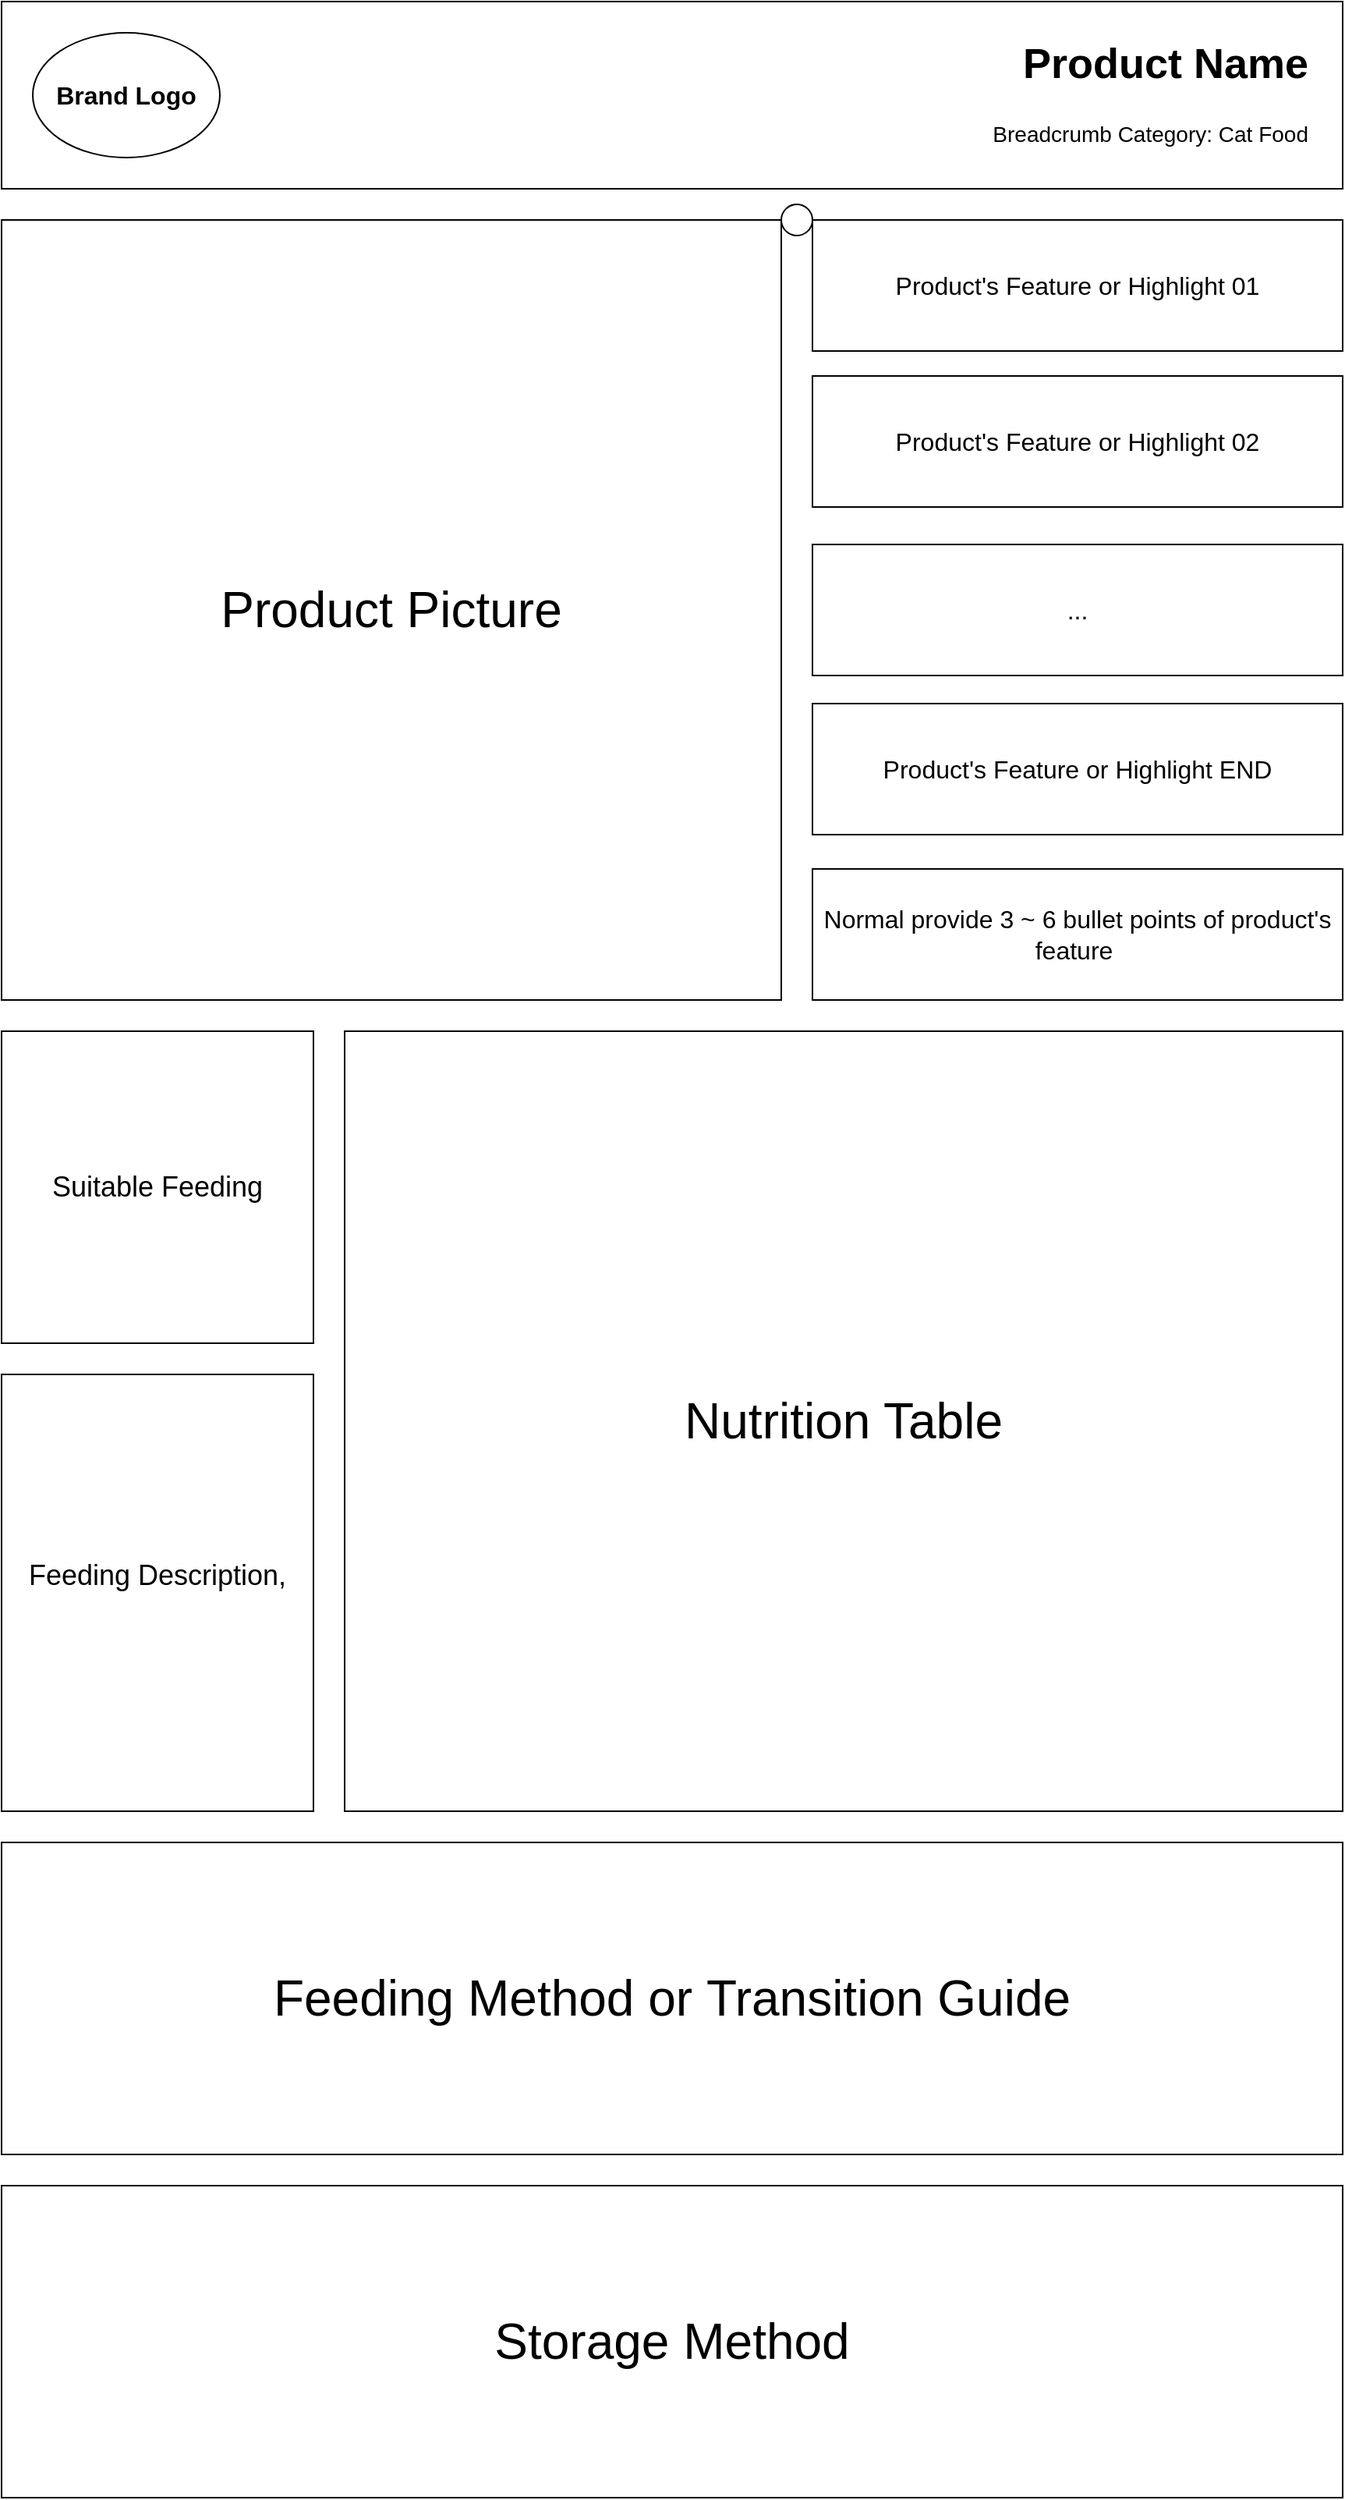
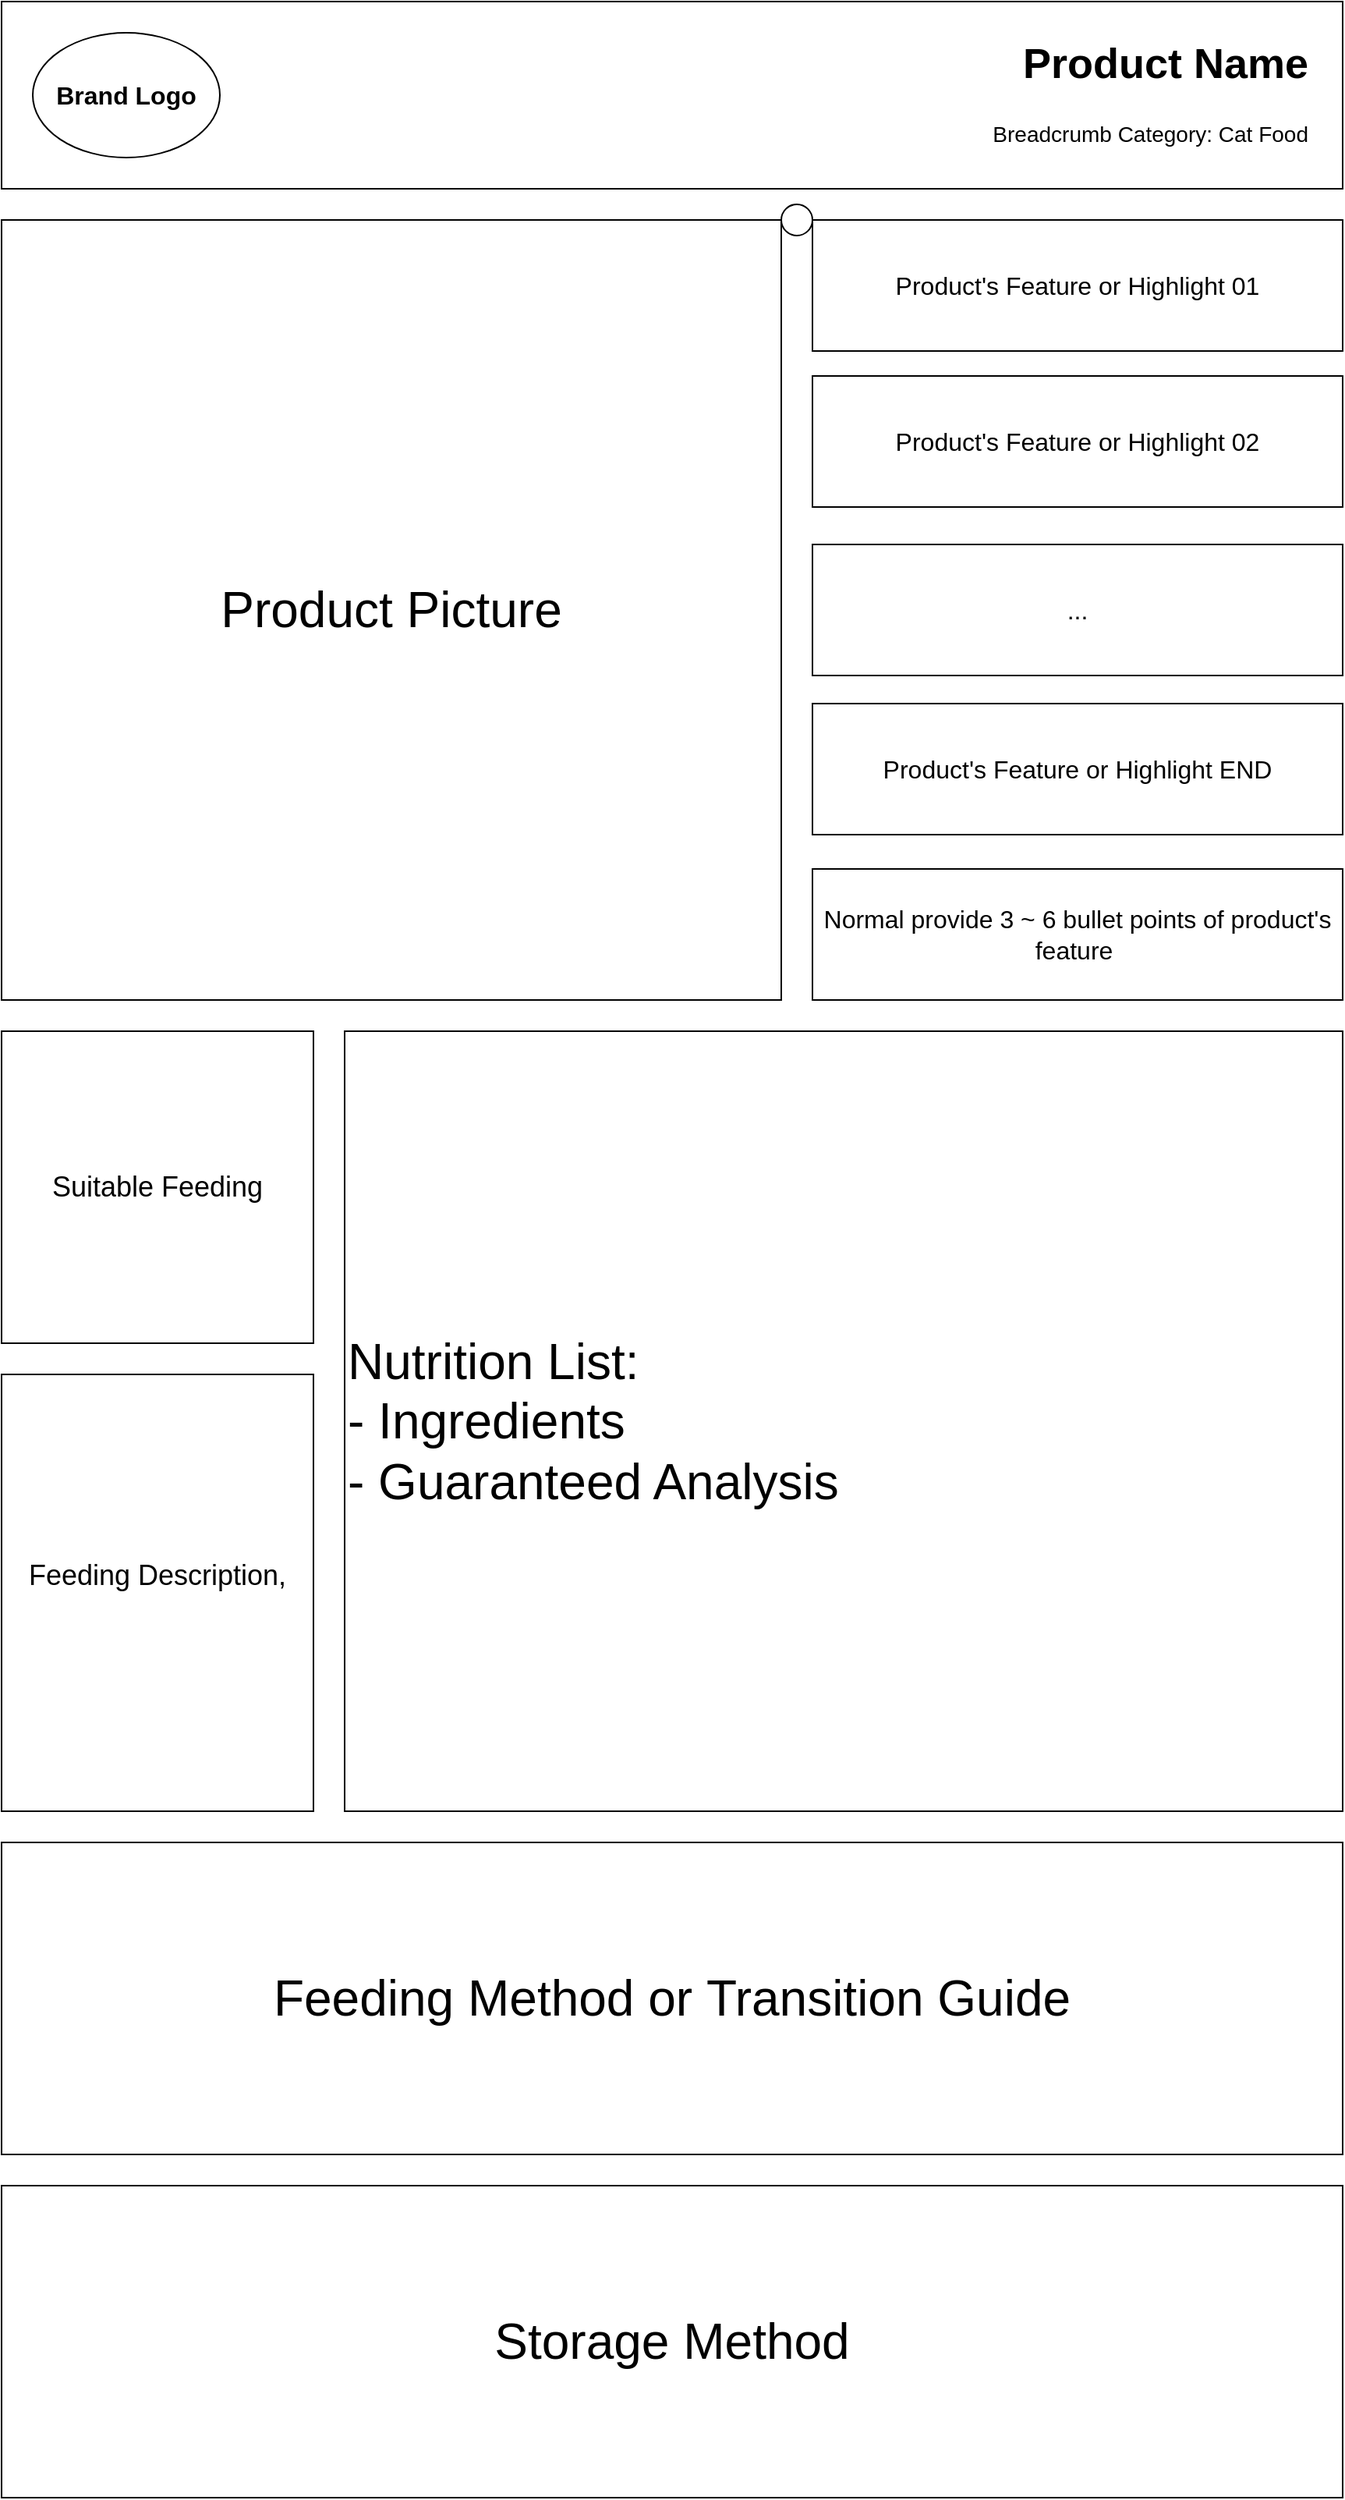
<mxfile host="app.diagrams.net">
  <diagram name="第 1 页" id="6v3gUOCL-g5ZajP_O9Xm">
-     <mxGraphModel dx="1703" dy="970" grid="1" gridSize="10" guides="1" tooltips="1" connect="1" arrows="1" fold="1" page="1" pageScale="1" pageWidth="900" pageHeight="1600" math="0" shadow="0">
+     <mxGraphModel dx="2920" dy="1663" grid="1" gridSize="10" guides="1" tooltips="1" connect="1" arrows="1" fold="1" page="1" pageScale="1" pageWidth="900" pageHeight="1600" math="0" shadow="0">
      <root>
        <mxCell id="0" />
        <mxCell id="1" parent="0" />
        <mxCell id="q-GymMJPH4nKwmtc7UX0-1" parent="1" style="rounded=0;whiteSpace=wrap;html=1;" value="&lt;font style=&quot;font-size: 32px;&quot;&gt;Product Picture&lt;/font&gt;" vertex="1">
          <mxGeometry height="500" width="500" x="20" y="160" as="geometry" />
        </mxCell>
        <mxCell id="q-GymMJPH4nKwmtc7UX0-2" parent="1" style="rounded=0;whiteSpace=wrap;html=1;" value="&lt;font style=&quot;font-size: 16px;&quot;&gt;Product&#39;s Feature or Highlight 01&lt;/font&gt;" vertex="1">
          <mxGeometry height="84" width="340" x="540" y="160" as="geometry" />
        </mxCell>
        <mxCell id="q-GymMJPH4nKwmtc7UX0-3" parent="1" style="rounded=0;whiteSpace=wrap;html=1;" value="" vertex="1">
          <mxGeometry height="120" width="860" x="20" y="20" as="geometry" />
        </mxCell>
        <mxCell id="q-GymMJPH4nKwmtc7UX0-4" parent="1" style="ellipse;whiteSpace=wrap;html=1;" value="&lt;b&gt;&lt;font style=&quot;font-size: 16px;&quot;&gt;Brand Logo&lt;/font&gt;&lt;/b&gt;" vertex="1">
          <mxGeometry height="80" width="120" x="40" y="40" as="geometry" />
        </mxCell>
        <mxCell id="q-GymMJPH4nKwmtc7UX0-5" parent="1" style="text;html=1;whiteSpace=wrap;strokeColor=none;fillColor=none;align=right;verticalAlign=middle;rounded=0;" value="&lt;font style=&quot;font-size: 27px;&quot;&gt;&lt;b style=&quot;&quot;&gt;Product Name&lt;/b&gt;&lt;/font&gt;" vertex="1">
          <mxGeometry height="40" width="190" x="670" y="40" as="geometry" />
        </mxCell>
        <mxCell id="q-GymMJPH4nKwmtc7UX0-6" parent="1" style="text;html=1;whiteSpace=wrap;strokeColor=none;fillColor=none;align=right;verticalAlign=middle;rounded=0;" value="&lt;font style=&quot;font-size: 14px;&quot;&gt;Breadcrumb Category: Cat Food&lt;/font&gt;" vertex="1">
          <mxGeometry height="30" width="210" x="650" y="90" as="geometry" />
        </mxCell>
        <mxCell id="q-GymMJPH4nKwmtc7UX0-7" parent="1" style="rounded=0;whiteSpace=wrap;html=1;" value="&lt;font style=&quot;font-size: 16px;&quot;&gt;Normal provide 3 ~ 6 bullet points of product&#39;s feature&amp;nbsp;&lt;/font&gt;" vertex="1">
          <mxGeometry height="84" width="340" x="540" y="576" as="geometry" />
        </mxCell>
        <mxCell id="q-GymMJPH4nKwmtc7UX0-8" parent="1" style="rounded=0;whiteSpace=wrap;html=1;" value="&lt;span style=&quot;font-size: 16px;&quot;&gt;...&lt;/span&gt;" vertex="1">
          <mxGeometry height="84" width="340" x="540" y="368" as="geometry" />
        </mxCell>
        <mxCell id="q-GymMJPH4nKwmtc7UX0-9" parent="1" style="ellipse;whiteSpace=wrap;html=1;aspect=fixed;" value="" vertex="1">
          <mxGeometry height="20" width="20" x="520" y="150" as="geometry" />
        </mxCell>
        <mxCell id="q-GymMJPH4nKwmtc7UX0-11" parent="1" style="rounded=0;whiteSpace=wrap;html=1;" value="&lt;font style=&quot;font-size: 16px;&quot;&gt;Product&#39;s Feature or Highlight 02&lt;/font&gt;" vertex="1">
          <mxGeometry height="84" width="340" x="540" y="260" as="geometry" />
        </mxCell>
        <mxCell id="q-GymMJPH4nKwmtc7UX0-12" parent="1" style="rounded=0;whiteSpace=wrap;html=1;" value="&lt;font style=&quot;font-size: 16px;&quot;&gt;Product&#39;s Feature or Highlight END&lt;/font&gt;" vertex="1">
          <mxGeometry height="84" width="340" x="540" y="470" as="geometry" />
        </mxCell>
-         <mxCell id="q-GymMJPH4nKwmtc7UX0-13" parent="1" style="rounded=0;whiteSpace=wrap;html=1;" value="&lt;font style=&quot;font-size: 32px;&quot;&gt;Nutrition Table&lt;/font&gt;" vertex="1">
+         <mxCell id="q-GymMJPH4nKwmtc7UX0-13" parent="1" style="rounded=0;whiteSpace=wrap;html=1;align=left;" value="&lt;font style=&quot;font-size: 32px;&quot;&gt;Nutrition List:&amp;nbsp;&lt;/font&gt;&lt;div&gt;&lt;font style=&quot;font-size: 32px;&quot;&gt;- Ingredients&lt;/font&gt;&lt;/div&gt;&lt;div style=&quot;&quot;&gt;&lt;font style=&quot;font-size: 32px;&quot;&gt;- Guaranteed Analysis&lt;/font&gt;&lt;/div&gt;" vertex="1">
          <mxGeometry height="500" width="640" x="240" y="680" as="geometry" />
        </mxCell>
        <mxCell id="q-GymMJPH4nKwmtc7UX0-14" parent="1" style="rounded=0;whiteSpace=wrap;html=1;" value="&lt;font style=&quot;font-size: 18px;&quot;&gt;Suitable Feeding&lt;/font&gt;" vertex="1">
          <mxGeometry height="200" width="200" x="20" y="680" as="geometry" />
        </mxCell>
        <mxCell id="q-GymMJPH4nKwmtc7UX0-15" parent="1" style="rounded=0;whiteSpace=wrap;html=1;" value="&lt;font style=&quot;font-size: 18px;&quot;&gt;Feeding Description,&lt;/font&gt;&lt;div&gt;&lt;font style=&quot;font-size: 18px;&quot;&gt;&lt;br&gt;&lt;/font&gt;&lt;/div&gt;" vertex="1">
          <mxGeometry height="280" width="200" x="20" y="900" as="geometry" />
        </mxCell>
        <mxCell id="q-GymMJPH4nKwmtc7UX0-16" parent="1" style="rounded=0;whiteSpace=wrap;html=1;" value="&lt;font style=&quot;font-size: 32px;&quot;&gt;Feeding Method or&amp;nbsp;Transition Guide&lt;/font&gt;" vertex="1">
          <mxGeometry height="200" width="860" x="20" y="1200" as="geometry" />
        </mxCell>
        <mxCell id="q-GymMJPH4nKwmtc7UX0-17" parent="1" style="rounded=0;whiteSpace=wrap;html=1;" value="&lt;font style=&quot;font-size: 32px;&quot;&gt;Storage Method&lt;/font&gt;" vertex="1">
          <mxGeometry height="200" width="860" x="20" y="1420" as="geometry" />
        </mxCell>
      </root>
    </mxGraphModel>
  </diagram>
</mxfile>
